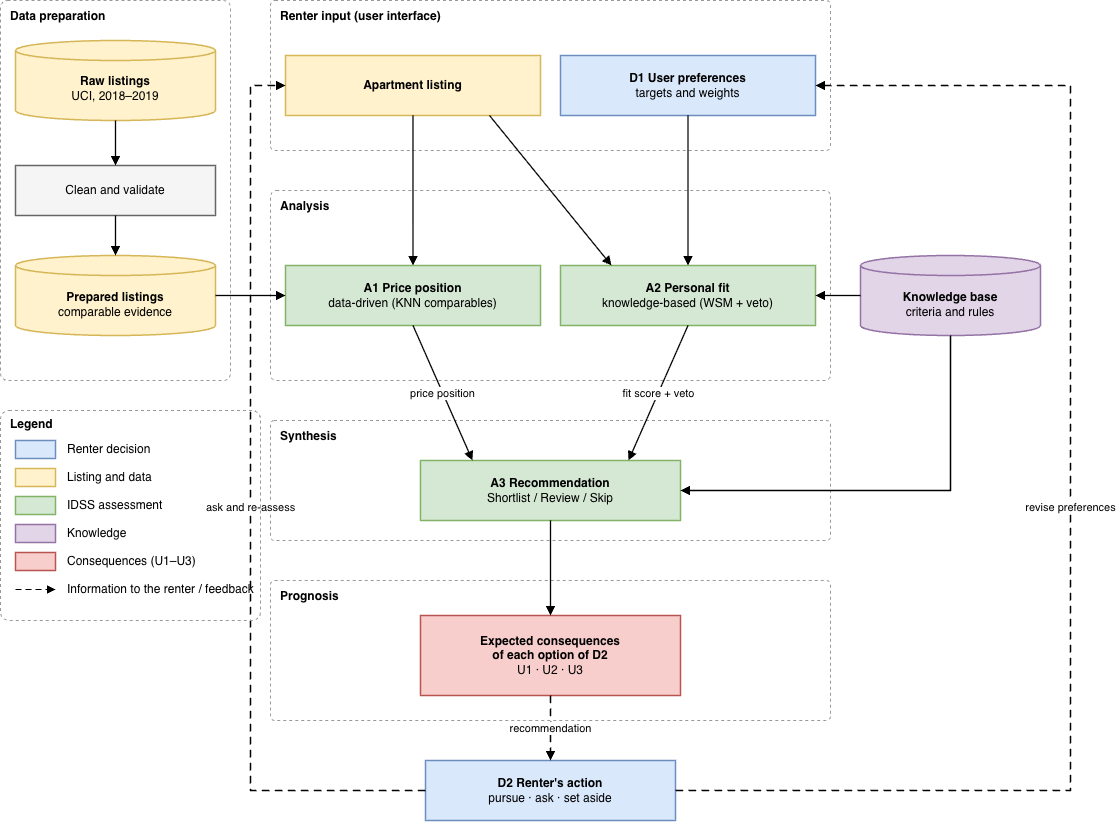
The draw.io diagram report/figures/rentwise_architecture.png in OmarMorales71/rentwise-idss, before a commit. Source tidied: cells renumbered, new cells last; positions are measured from the earlier drawing's top-left corner, leaving out a move shared by most shapes. The source it was exported from:
```xml
<mxGraphModel background="#ffffff">
  <root>
    <mxCell id="0" />
    <mxCell id="1" parent="0" />
    <mxCell id="2" value="Data preparation" style="rounded=1;arcSize=3;fillColor=none;strokeColor=#999999;dashed=1;verticalAlign=top;align=left;spacingLeft=8;spacingTop=2;fontStyle=1;fontFamily=Helvetica;fontSize=12;whiteSpace=wrap;html=1;" parent="1" vertex="1">
      <mxGeometry width="230" height="380" as="geometry" />
    </mxCell>
    <mxCell id="3" value="Renter input (user interface)" style="rounded=1;arcSize=3;fillColor=none;strokeColor=#999999;dashed=1;verticalAlign=top;align=left;spacingLeft=8;spacingTop=2;fontStyle=1;fontFamily=Helvetica;fontSize=12;whiteSpace=wrap;html=1;" parent="1" vertex="1">
      <mxGeometry x="270" width="560" height="150" as="geometry" />
    </mxCell>
    <mxCell id="4" value="Analysis" style="rounded=1;arcSize=3;fillColor=none;strokeColor=#999999;dashed=1;verticalAlign=top;align=left;spacingLeft=8;spacingTop=2;fontStyle=1;fontFamily=Helvetica;fontSize=12;whiteSpace=wrap;html=1;" parent="1" vertex="1">
      <mxGeometry x="270" y="190" width="560" height="190" as="geometry" />
    </mxCell>
    <mxCell id="5" value="Synthesis" style="rounded=1;arcSize=3;fillColor=none;strokeColor=#999999;dashed=1;verticalAlign=top;align=left;spacingLeft=8;spacingTop=2;fontStyle=1;fontFamily=Helvetica;fontSize=12;whiteSpace=wrap;html=1;" parent="1" vertex="1">
      <mxGeometry x="270" y="420" width="560" height="120" as="geometry" />
    </mxCell>
    <mxCell id="6" value="Prognosis" style="rounded=1;arcSize=3;fillColor=none;strokeColor=#999999;dashed=1;verticalAlign=top;align=left;spacingLeft=8;spacingTop=2;fontStyle=1;fontFamily=Helvetica;fontSize=12;whiteSpace=wrap;html=1;" parent="1" vertex="1">
      <mxGeometry x="270" y="580" width="560" height="140" as="geometry" />
    </mxCell>
    <mxCell id="7" value="&lt;b&gt;Raw listings&lt;/b&gt;&lt;br&gt;UCI, 2018–2019" style="shape=cylinder3;boundedLbl=1;backgroundOutline=1;size=10;fillColor=#fff2cc;strokeColor=#d6b656;strokeWidth=1.5;fontFamily=Helvetica;fontSize=12;whiteSpace=wrap;html=1;" parent="1" vertex="1">
      <mxGeometry x="15" y="40" width="200" height="80" as="geometry" />
    </mxCell>
    <mxCell id="8" value="Clean and validate" style="rounded=0;fillColor=#f5f5f5;strokeColor=#666666;strokeWidth=1.5;fontFamily=Helvetica;fontSize=12;whiteSpace=wrap;html=1;" parent="1" vertex="1">
      <mxGeometry x="15" y="165" width="200" height="50" as="geometry" />
    </mxCell>
    <mxCell id="9" value="&lt;b&gt;Prepared listings&lt;/b&gt;&lt;br&gt;comparable evidence" style="shape=cylinder3;boundedLbl=1;backgroundOutline=1;size=10;fillColor=#fff2cc;strokeColor=#d6b656;strokeWidth=1.5;fontFamily=Helvetica;fontSize=12;whiteSpace=wrap;html=1;" parent="1" vertex="1">
      <mxGeometry x="15" y="255" width="200" height="80" as="geometry" />
    </mxCell>
    <mxCell id="10" value="&lt;b&gt;Apartment listing&lt;/b&gt;" style="rounded=0;fillColor=#fff2cc;strokeColor=#d6b656;strokeWidth=1.5;fontFamily=Helvetica;fontSize=12;whiteSpace=wrap;html=1;" parent="1" vertex="1">
      <mxGeometry x="285" y="55" width="255" height="60" as="geometry" />
    </mxCell>
    <mxCell id="11" value="&lt;b&gt;D1 User preferences&lt;/b&gt;&lt;br&gt;targets and weights" style="rounded=0;fillColor=#dae8fc;strokeColor=#6c8ebf;strokeWidth=1.5;fontFamily=Helvetica;fontSize=12;whiteSpace=wrap;html=1;" parent="1" vertex="1">
      <mxGeometry x="560" y="55" width="255" height="60" as="geometry" />
    </mxCell>
    <mxCell id="12" value="&lt;b&gt;A1 Price position&lt;/b&gt;&lt;br&gt;data-driven (KNN comparables)" style="rounded=0;fillColor=#d5e8d4;strokeColor=#82b366;strokeWidth=1.5;fontFamily=Helvetica;fontSize=12;whiteSpace=wrap;html=1;" parent="1" vertex="1">
      <mxGeometry x="285" y="265" width="255" height="60" as="geometry" />
    </mxCell>
    <mxCell id="13" value="&lt;b&gt;A2 Personal fit&lt;/b&gt;&lt;br&gt;knowledge-based (WSM + veto)" style="rounded=0;fillColor=#d5e8d4;strokeColor=#82b366;strokeWidth=1.5;fontFamily=Helvetica;fontSize=12;whiteSpace=wrap;html=1;" parent="1" vertex="1">
      <mxGeometry x="560" y="265" width="255" height="60" as="geometry" />
    </mxCell>
    <mxCell id="14" value="&lt;b&gt;Knowledge base&lt;/b&gt;&lt;br&gt;criteria and rules" style="shape=cylinder3;boundedLbl=1;backgroundOutline=1;size=10;fillColor=#e1d5e7;strokeColor=#9673a6;strokeWidth=1.5;fontFamily=Helvetica;fontSize=12;whiteSpace=wrap;html=1;" parent="1" vertex="1">
      <mxGeometry x="860" y="255" width="180" height="80" as="geometry" />
    </mxCell>
    <mxCell id="15" value="&lt;b&gt;A3 Recommendation&lt;/b&gt;&lt;br&gt;Shortlist / Review / Skip" style="rounded=0;fillColor=#d5e8d4;strokeColor=#82b366;strokeWidth=1.5;fontFamily=Helvetica;fontSize=12;whiteSpace=wrap;html=1;" parent="1" vertex="1">
      <mxGeometry x="420" y="460" width="260" height="60" as="geometry" />
    </mxCell>
    <mxCell id="16" value="&lt;b&gt;Expected consequences&lt;br&gt;of each option of D2&lt;/b&gt;&lt;br&gt;U1 · U2 · U3" style="rounded=0;fillColor=#f8cecc;strokeColor=#b85450;strokeWidth=1.5;fontFamily=Helvetica;fontSize=12;whiteSpace=wrap;html=1;" parent="1" vertex="1">
      <mxGeometry x="420" y="615" width="260" height="80" as="geometry" />
    </mxCell>
    <mxCell id="17" value="&lt;b&gt;D2 Renter's action&lt;/b&gt;&lt;br&gt;pursue · ask · set aside" style="rounded=0;fillColor=#dae8fc;strokeColor=#6c8ebf;strokeWidth=1.5;fontFamily=Helvetica;fontSize=12;whiteSpace=wrap;html=1;" parent="1" vertex="1">
      <mxGeometry x="425" y="760" width="250" height="60" as="geometry" />
    </mxCell>
    <mxCell id="18" style="endArrow=block;endFill=1;rounded=0;strokeWidth=1.3;html=1;fontSize=11;labelBackgroundColor=#ffffff;exitX=0.5;exitY=1;entryX=0.5;entryY=0;" parent="1" edge="1" source="7" target="8">
      <mxGeometry relative="1" as="geometry" />
    </mxCell>
    <mxCell id="19" style="endArrow=block;endFill=1;rounded=0;strokeWidth=1.3;html=1;fontSize=11;labelBackgroundColor=#ffffff;exitX=0.5;exitY=1;entryX=0.5;entryY=0;" parent="1" edge="1" source="8" target="9">
      <mxGeometry relative="1" as="geometry" />
    </mxCell>
    <mxCell id="20" style="endArrow=block;endFill=1;rounded=0;strokeWidth=1.3;html=1;fontSize=11;labelBackgroundColor=#ffffff;exitX=1;exitY=0.5;entryX=0;entryY=0.5;" parent="1" edge="1" source="9" target="12">
      <mxGeometry relative="1" as="geometry" />
    </mxCell>
    <mxCell id="21" style="endArrow=block;endFill=1;rounded=0;strokeWidth=1.3;html=1;fontSize=11;labelBackgroundColor=#ffffff;exitX=0.5;exitY=1;entryX=0.5;entryY=0;" parent="1" edge="1" source="10" target="12">
      <mxGeometry relative="1" as="geometry" />
    </mxCell>
    <mxCell id="22" style="endArrow=block;endFill=1;rounded=0;strokeWidth=1.3;html=1;fontSize=11;labelBackgroundColor=#ffffff;exitX=0.8;exitY=1;entryX=0.2;entryY=0;" parent="1" edge="1" source="10" target="13">
      <mxGeometry relative="1" as="geometry" />
    </mxCell>
    <mxCell id="23" style="endArrow=block;endFill=1;rounded=0;strokeWidth=1.3;html=1;fontSize=11;labelBackgroundColor=#ffffff;exitX=0.5;exitY=1;entryX=0.5;entryY=0;" parent="1" edge="1" source="11" target="13">
      <mxGeometry relative="1" as="geometry" />
    </mxCell>
    <mxCell id="24" style="endArrow=block;endFill=1;rounded=0;strokeWidth=1.3;html=1;fontSize=11;labelBackgroundColor=#ffffff;exitX=0;exitY=0.5;entryX=1;entryY=0.5;" parent="1" edge="1" source="14" target="13">
      <mxGeometry relative="1" as="geometry" />
    </mxCell>
    <mxCell id="25" value="price position" style="endArrow=block;endFill=1;rounded=0;strokeWidth=1.3;html=1;fontSize=11;labelBackgroundColor=#ffffff;exitX=0.5;exitY=1;entryX=0.2;entryY=0;" parent="1" edge="1" source="12" target="15">
      <mxGeometry relative="1" as="geometry" />
    </mxCell>
    <mxCell id="26" value="fit score + veto" style="endArrow=block;endFill=1;rounded=0;strokeWidth=1.3;html=1;fontSize=11;labelBackgroundColor=#ffffff;exitX=0.5;exitY=1;entryX=0.8;entryY=0;" parent="1" edge="1" source="13" target="15">
      <mxGeometry relative="1" as="geometry" />
    </mxCell>
    <mxCell id="27" style="endArrow=block;endFill=1;rounded=0;strokeWidth=1.3;html=1;fontSize=11;labelBackgroundColor=#ffffff;edgeStyle=orthogonalEdgeStyle;exitX=0.5;exitY=1;entryX=1;entryY=0.5;" parent="1" edge="1" source="14" target="15">
      <mxGeometry relative="1" as="geometry">
        <Array as="points">
          <mxPoint x="950" y="490" />
        </Array>
      </mxGeometry>
    </mxCell>
    <mxCell id="28" style="endArrow=block;endFill=1;rounded=0;strokeWidth=1.3;html=1;fontSize=11;labelBackgroundColor=#ffffff;exitX=0.5;exitY=1;entryX=0.5;entryY=0;" parent="1" edge="1" source="15" target="16">
      <mxGeometry relative="1" as="geometry" />
    </mxCell>
    <mxCell id="29" value="recommendation" style="endArrow=block;endFill=1;rounded=0;strokeWidth=1.3;html=1;fontSize=11;labelBackgroundColor=#ffffff;exitX=0.5;exitY=1;entryX=0.5;entryY=0;dashed=1;dashPattern=6 4;" parent="1" edge="1" source="16" target="17">
      <mxGeometry relative="1" as="geometry" />
    </mxCell>
    <mxCell id="30" value="revise preferences" style="endArrow=block;endFill=1;rounded=0;strokeWidth=1.3;html=1;fontSize=11;labelBackgroundColor=#ffffff;edgeStyle=orthogonalEdgeStyle;exitX=1;exitY=0.5;entryX=1;entryY=0.5;dashed=1;dashPattern=6 4;" parent="1" edge="1" source="17" target="11">
      <mxGeometry relative="1" as="geometry">
        <Array as="points">
          <mxPoint x="1070" y="790" />
          <mxPoint x="1070" y="85" />
        </Array>
      </mxGeometry>
    </mxCell>
    <mxCell id="31" value="ask and re-assess" style="endArrow=block;endFill=1;rounded=0;strokeWidth=1.3;html=1;fontSize=11;labelBackgroundColor=#ffffff;edgeStyle=orthogonalEdgeStyle;exitX=0;exitY=0.5;entryX=0;entryY=0.5;dashed=1;dashPattern=6 4;" parent="1" edge="1" source="17" target="10">
      <mxGeometry relative="1" as="geometry">
        <Array as="points">
          <mxPoint x="250" y="790" />
          <mxPoint x="250" y="85" />
        </Array>
      </mxGeometry>
    </mxCell>
    <mxCell id="32" value="Legend" style="rounded=1;arcSize=4;fillColor=none;strokeColor=#999999;dashed=1;verticalAlign=top;align=left;spacingLeft=8;fontStyle=1;fontFamily=Helvetica;fontSize=12;whiteSpace=wrap;html=1;" parent="1" vertex="1">
      <mxGeometry y="410" width="260" height="210" as="geometry" />
    </mxCell>
    <mxCell id="33" style="rounded=0;fillColor=#dae8fc;strokeColor=#6c8ebf;strokeWidth=1.5;html=1;" parent="1" vertex="1">
      <mxGeometry x="15" y="440" width="40" height="18" as="geometry" />
    </mxCell>
    <mxCell id="34" value="Renter decision" style="text;align=left;verticalAlign=middle;fontFamily=Helvetica;fontSize=12;whiteSpace=wrap;html=1;" parent="1" vertex="1">
      <mxGeometry x="65" y="437" width="190" height="24" as="geometry" />
    </mxCell>
    <mxCell id="35" style="rounded=0;fillColor=#fff2cc;strokeColor=#d6b656;strokeWidth=1.5;html=1;" parent="1" vertex="1">
      <mxGeometry x="15" y="468" width="40" height="18" as="geometry" />
    </mxCell>
    <mxCell id="36" value="Listing and data" style="text;align=left;verticalAlign=middle;fontFamily=Helvetica;fontSize=12;whiteSpace=wrap;html=1;" parent="1" vertex="1">
      <mxGeometry x="65" y="465" width="190" height="24" as="geometry" />
    </mxCell>
    <mxCell id="37" style="rounded=0;fillColor=#d5e8d4;strokeColor=#82b366;strokeWidth=1.5;html=1;" parent="1" vertex="1">
      <mxGeometry x="15" y="496" width="40" height="18" as="geometry" />
    </mxCell>
    <mxCell id="38" value="IDSS assessment" style="text;align=left;verticalAlign=middle;fontFamily=Helvetica;fontSize=12;whiteSpace=wrap;html=1;" parent="1" vertex="1">
      <mxGeometry x="65" y="493" width="190" height="24" as="geometry" />
    </mxCell>
    <mxCell id="39" style="rounded=0;fillColor=#e1d5e7;strokeColor=#9673a6;strokeWidth=1.5;html=1;" parent="1" vertex="1">
      <mxGeometry x="15" y="524" width="40" height="18" as="geometry" />
    </mxCell>
    <mxCell id="40" value="Knowledge" style="text;align=left;verticalAlign=middle;fontFamily=Helvetica;fontSize=12;whiteSpace=wrap;html=1;" parent="1" vertex="1">
      <mxGeometry x="65" y="521" width="190" height="24" as="geometry" />
    </mxCell>
    <mxCell id="41" style="rounded=0;fillColor=#f8cecc;strokeColor=#b85450;strokeWidth=1.5;html=1;" parent="1" vertex="1">
      <mxGeometry x="15" y="552" width="40" height="18" as="geometry" />
    </mxCell>
    <mxCell id="42" value="Consequences (U1–U3)" style="text;align=left;verticalAlign=middle;fontFamily=Helvetica;fontSize=12;whiteSpace=wrap;html=1;" parent="1" vertex="1">
      <mxGeometry x="65" y="549" width="190" height="24" as="geometry" />
    </mxCell>
    <mxCell id="43" style="endArrow=block;endFill=1;html=1;dashed=1;dashPattern=6 4;" parent="1" edge="1">
      <mxGeometry relative="1" as="geometry">
        <mxPoint x="15" y="589" as="sourcePoint" />
        <mxPoint x="55" y="589" as="targetPoint" />
      </mxGeometry>
    </mxCell>
    <mxCell id="44" value="Information to the renter / feedback" style="text;align=left;verticalAlign=middle;fontFamily=Helvetica;fontSize=12;whiteSpace=wrap;html=1;" parent="1" vertex="1">
      <mxGeometry x="65" y="577" width="190" height="24" as="geometry" />
    </mxCell>
  </root>
</mxGraphModel>
```
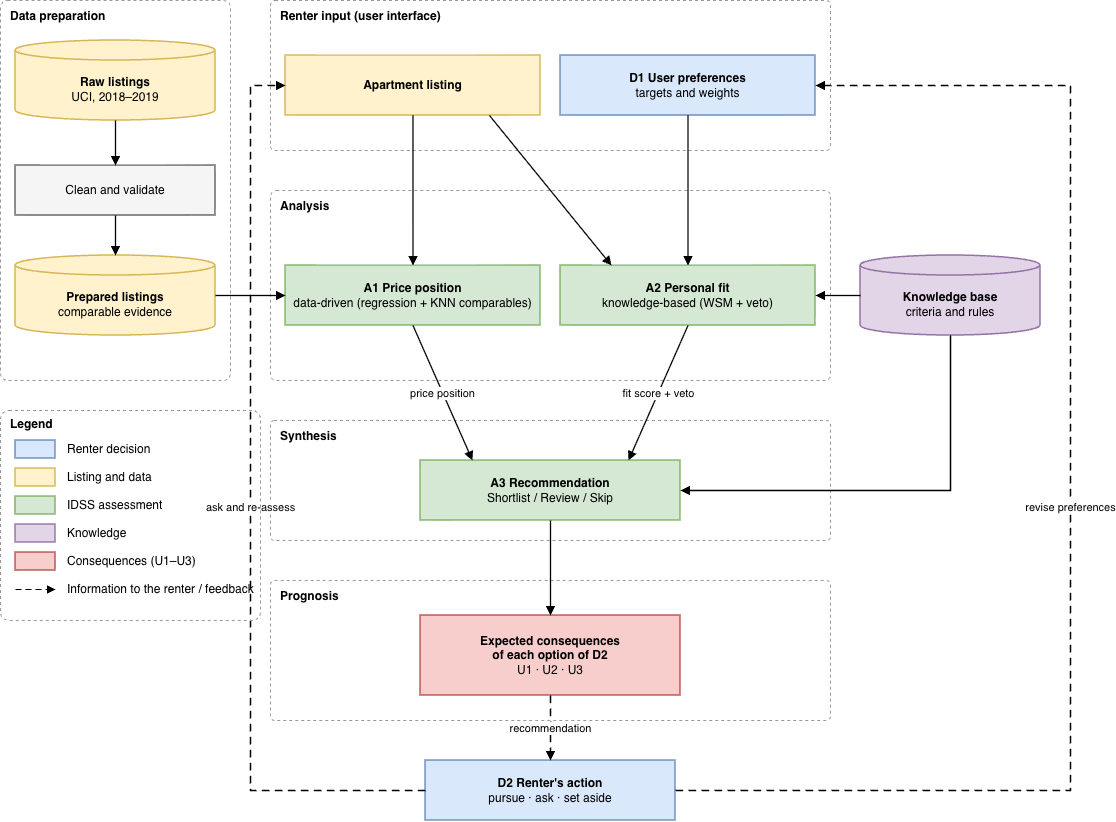
Later version of the same file.

Commit message:
change KNN for regression plus KNN

What changed in the source:
```diff
@@ -32,7 +32,7 @@
     <mxCell id="11" value="&lt;b&gt;D1 User preferences&lt;/b&gt;&lt;br&gt;targets and weights" style="rounded=0;fillColor=#dae8fc;strokeColor=#6c8ebf;strokeWidth=1.5;fontFamily=Helvetica;fontSize=12;whiteSpace=wrap;html=1;" parent="1" vertex="1">
       <mxGeometry x="560" y="55" width="255" height="60" as="geometry" />
     </mxCell>
-    <mxCell id="12" value="&lt;b&gt;A1 Price position&lt;/b&gt;&lt;br&gt;data-driven (KNN comparables)" style="rounded=0;fillColor=#d5e8d4;strokeColor=#82b366;strokeWidth=1.5;fontFamily=Helvetica;fontSize=12;whiteSpace=wrap;html=1;" parent="1" vertex="1">
+    <mxCell id="12" value="&lt;b&gt;A1 Price position&lt;/b&gt;&lt;br&gt;data-driven (regression + KNN comparables)" style="rounded=0;fillColor=#d5e8d4;strokeColor=#82b366;strokeWidth=1.5;fontFamily=Helvetica;fontSize=12;whiteSpace=wrap;html=1;" parent="1" vertex="1">
       <mxGeometry x="285" y="265" width="255" height="60" as="geometry" />
     </mxCell>
     <mxCell id="13" value="&lt;b&gt;A2 Personal fit&lt;/b&gt;&lt;br&gt;knowledge-based (WSM + veto)" style="rounded=0;fillColor=#d5e8d4;strokeColor=#82b366;strokeWidth=1.5;fontFamily=Helvetica;fontSize=12;whiteSpace=wrap;html=1;" parent="1" vertex="1">
```
